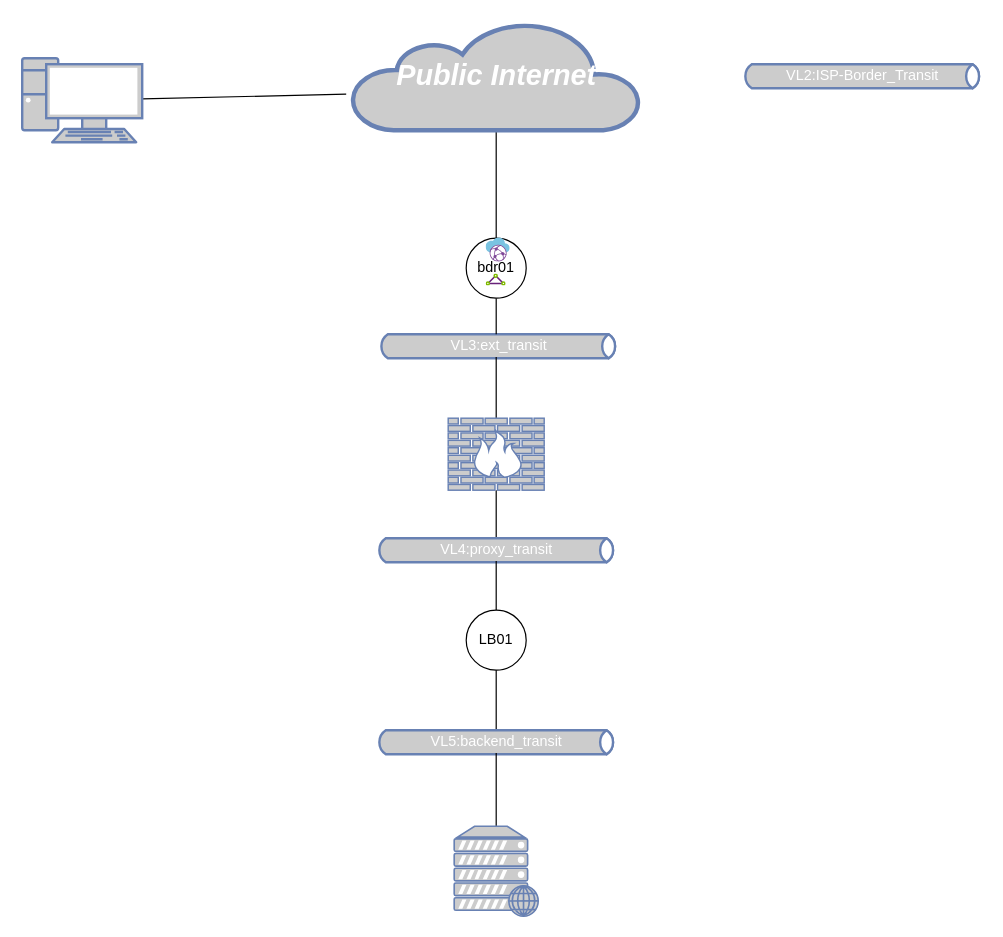
This is page "Logical Topology" (2 of 3) of gns3-validation-design.drawio from innanetguru/cloud-network-demo, a draw.io file, before an edit. Source tidied: cells renumbered, new cells numbered last; positions are measured from the earlier drawing's top-left corner, leaving out a move shared by most shapes. Both pictures are drawn from the tidied source at 120%, with x=0, y=0 at pixel (22, 22).
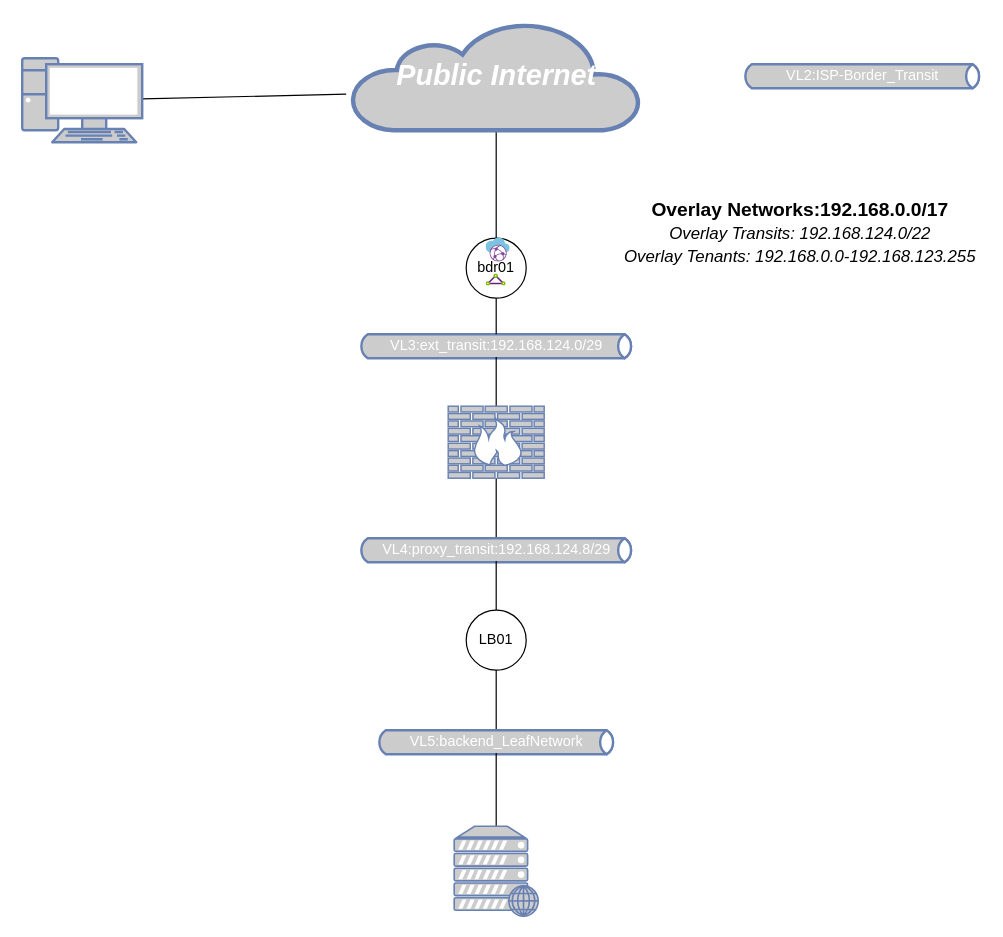
After the change.

What changed in the source:
```diff
@@
-    <mxCell id="3" value="VL3:ext_transit" style="html=1;outlineConnect=0;fillColor=#CCCCCC;strokeColor=#6881B3;gradientColor=none;gradientDirection=north;strokeWidth=2;shape=mxgraph.networks.bus;gradientColor=none;gradientDirection=north;fontColor=#ffffff;perimeter=backbonePerimeter;backboneSize=20;" parent="1" vertex="1">
-      <mxGeometry x="296.7" y="260" width="200" height="20" as="geometry" />
+    <mxCell id="3" value="VL3:ext_transit:192.168.124.0/29" style="html=1;outlineConnect=0;fillColor=#CCCCCC;strokeColor=#6881B3;gradientColor=none;gradientDirection=north;strokeWidth=2;shape=mxgraph.networks.bus;gradientColor=none;gradientDirection=north;fontColor=#ffffff;perimeter=backbonePerimeter;backboneSize=20;" parent="1" vertex="1">
+      <mxGeometry x="280" y="260" width="230" height="20" as="geometry" />
     </mxCell>
@@
     <mxCell id="12" style="fontColor=#0066CC;verticalAlign=top;verticalLabelPosition=bottom;labelPosition=center;align=center;html=1;outlineConnect=0;fillColor=#CCCCCC;strokeColor=#6881B3;gradientColor=none;gradientDirection=north;strokeWidth=2;shape=mxgraph.networks.firewall;" parent="1" vertex="1">
-      <mxGeometry x="355" y="330" width="80" height="60" as="geometry" />
+      <mxGeometry x="355" y="320" width="80" height="60" as="geometry" />
     </mxCell>
-    <mxCell id="13" value="VL4:proxy_transit" style="html=1;outlineConnect=0;fillColor=#CCCCCC;strokeColor=#6881B3;gradientColor=none;gradientDirection=north;strokeWidth=2;shape=mxgraph.networks.bus;gradientColor=none;gradientDirection=north;fontColor=#ffffff;perimeter=backbonePerimeter;backboneSize=20;" parent="1" vertex="1">
-      <mxGeometry x="295" y="430" width="200" height="20" as="geometry" />
+    <mxCell id="13" value="VL4:proxy_transit:192.168.124.8/29" style="html=1;outlineConnect=0;fillColor=#CCCCCC;strokeColor=#6881B3;gradientColor=none;gradientDirection=north;strokeWidth=2;shape=mxgraph.networks.bus;gradientColor=none;gradientDirection=north;fontColor=#ffffff;perimeter=backbonePerimeter;backboneSize=20;" parent="1" vertex="1">
+      <mxGeometry x="280" y="430" width="230" height="20" as="geometry" />
     </mxCell>
@@
-    <mxCell id="17" value="VL5:backend_transit" style="html=1;outlineConnect=0;fillColor=#CCCCCC;strokeColor=#6881B3;gradientColor=none;gradientDirection=north;strokeWidth=2;shape=mxgraph.networks.bus;gradientColor=none;gradientDirection=north;fontColor=#ffffff;perimeter=backbonePerimeter;backboneSize=20;" parent="1" vertex="1">
+    <mxCell id="17" value="VL5:backend_LeafNetwork" style="html=1;outlineConnect=0;fillColor=#CCCCCC;strokeColor=#6881B3;gradientColor=none;gradientDirection=north;strokeWidth=2;shape=mxgraph.networks.bus;gradientColor=none;gradientDirection=north;fontColor=#ffffff;perimeter=backbonePerimeter;backboneSize=20;" parent="1" vertex="1">
       <mxGeometry x="295" y="590" width="200" height="20" as="geometry" />
     </mxCell>
@@
+    <mxCell id="22" value="Overlay Networks:192.168.0.0/17&lt;br&gt;&lt;font style=&quot;font-size: 14px ; font-weight: normal&quot;&gt;&lt;i&gt;Overlay Transits: 192.168.124.0/22&lt;br&gt;Overlay Tenants: 192.168.0.0-192.168.123.255&lt;br&gt;&lt;/i&gt;&lt;/font&gt;" style="text;html=1;strokeColor=none;fillColor=none;align=center;verticalAlign=middle;whiteSpace=wrap;rounded=0;fontSize=16;fontStyle=1;" parent="1" vertex="1">
+      <mxGeometry x="496.7" y="150" width="303.3" height="50" as="geometry" />
+    </mxCell>
```
